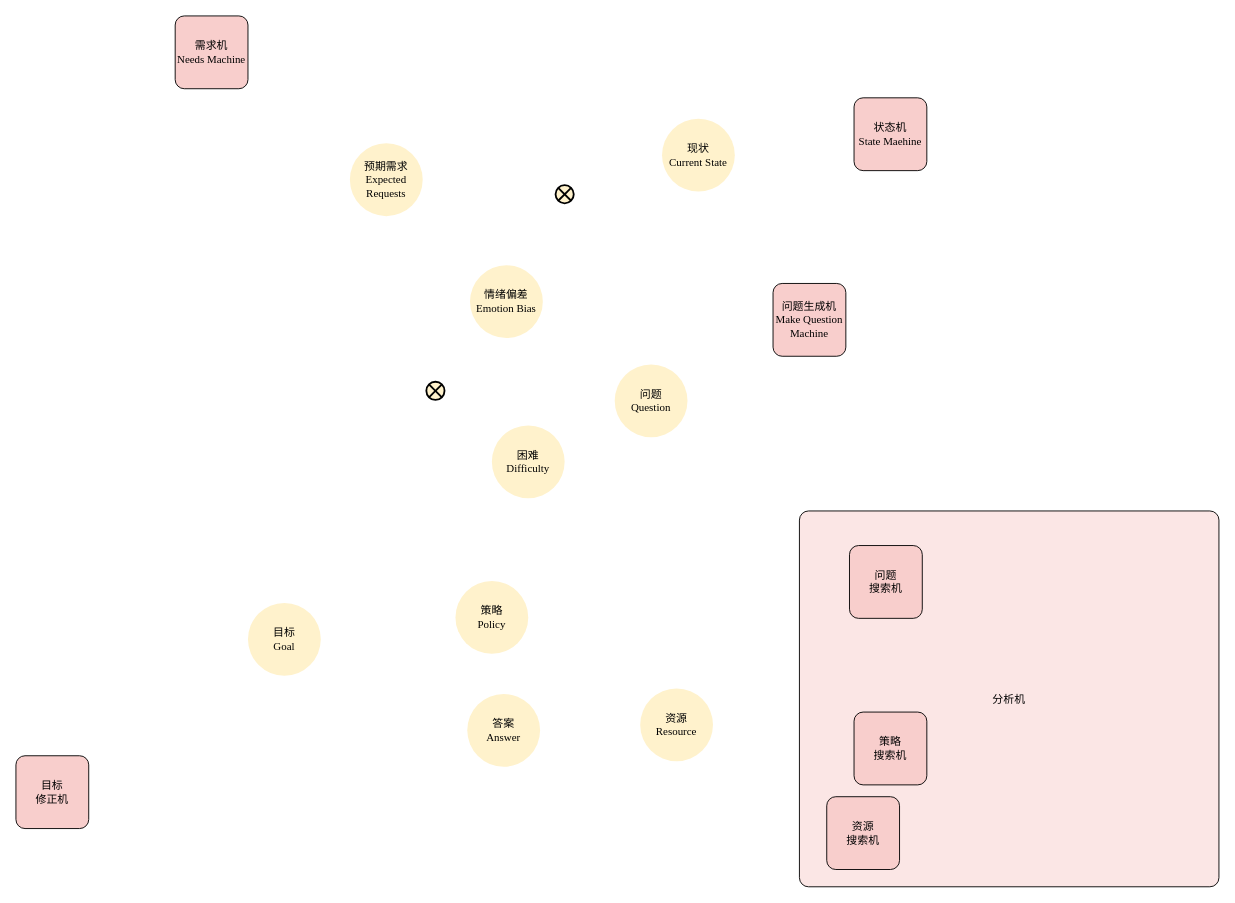
Earlier version of the draw.io diagram page "分析问题相关概念" (8 of 10) of Analyse/总体分析框架.drawio (EntelechySystem/EntelechySystem_theory). Source tidied: cells renumbered, new cells numbered last; positions are measured from the earlier drawing's top-left corner, leaving out a move shared by most shapes. Both pictures are drawn from the tidied source at 91%, with x=0, y=0 at pixel (15, 15).
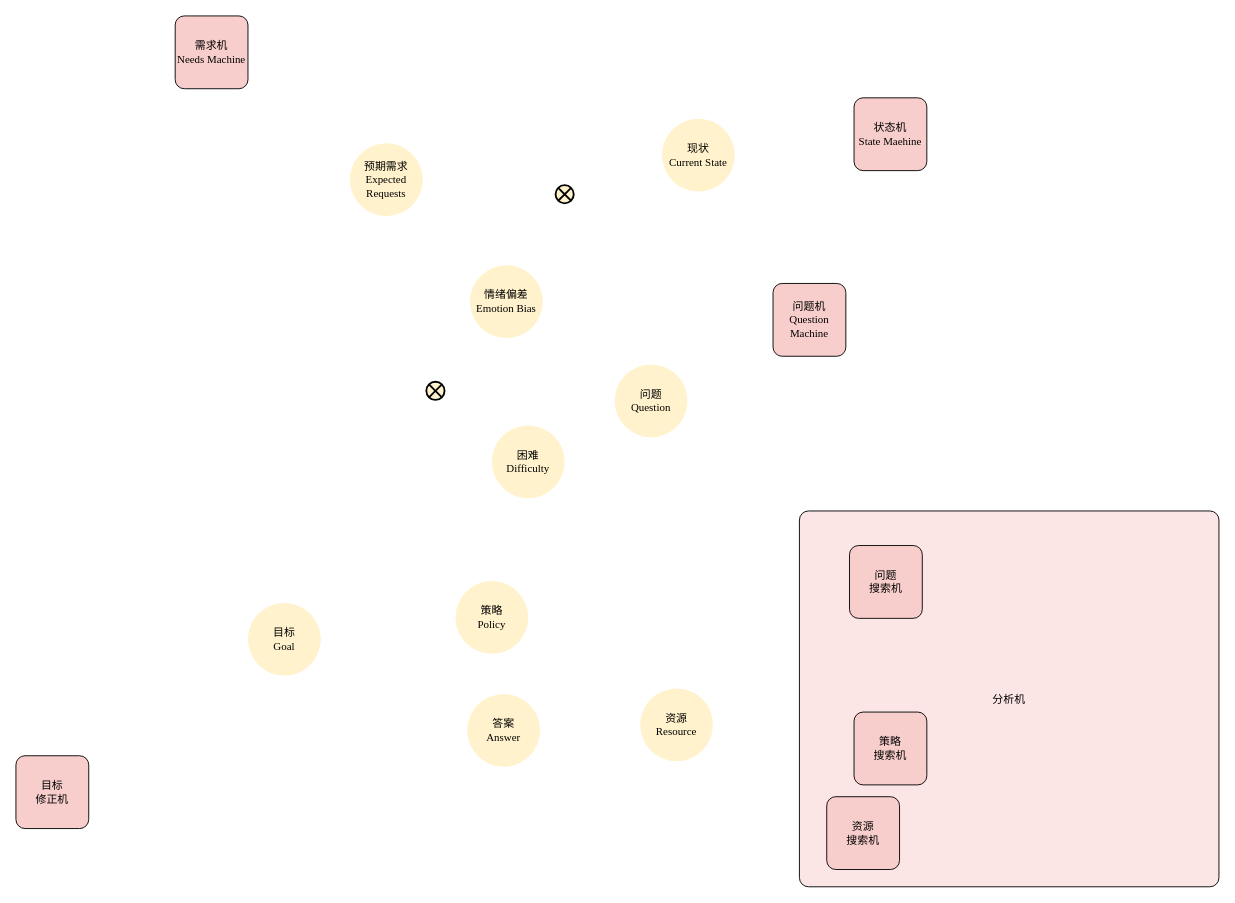
The same diagram, later.

Diff of the diagram source:
```diff
@@
-    <mxCell id="12" value="问题生成机&lt;br&gt;Make Question Machine" style="rounded=1;whiteSpace=wrap;html=1;fontFamily=Times New Roman;fontSize=12;fontColor=default;align=center;strokeColor=default;fillColor=#f8cecc;absoluteArcSize=1;" parent="1" vertex="1">
+    <mxCell id="12" value="问题机&lt;br&gt;Question Machine" style="rounded=1;whiteSpace=wrap;html=1;fontFamily=Times New Roman;fontSize=12;fontColor=default;align=center;strokeColor=default;fillColor=#f8cecc;absoluteArcSize=1;" parent="1" vertex="1">
       <mxGeometry x="832" y="294" width="80" height="80" as="geometry" />
     </mxCell>
```
